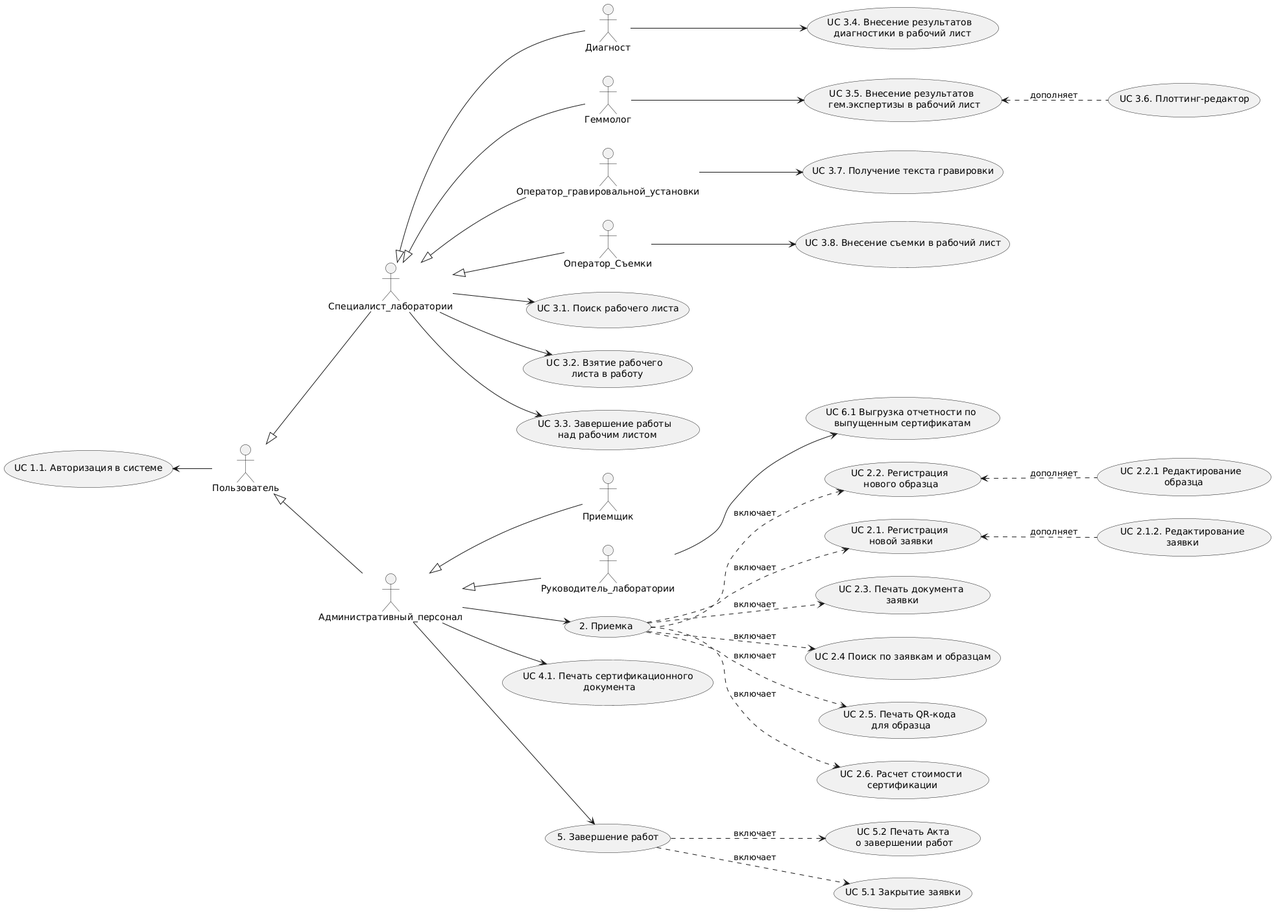
Earlier version of the PlantUML export docs/diagrams/use-case-diagram.png (InnaAleksandrova/CertificationSystem).
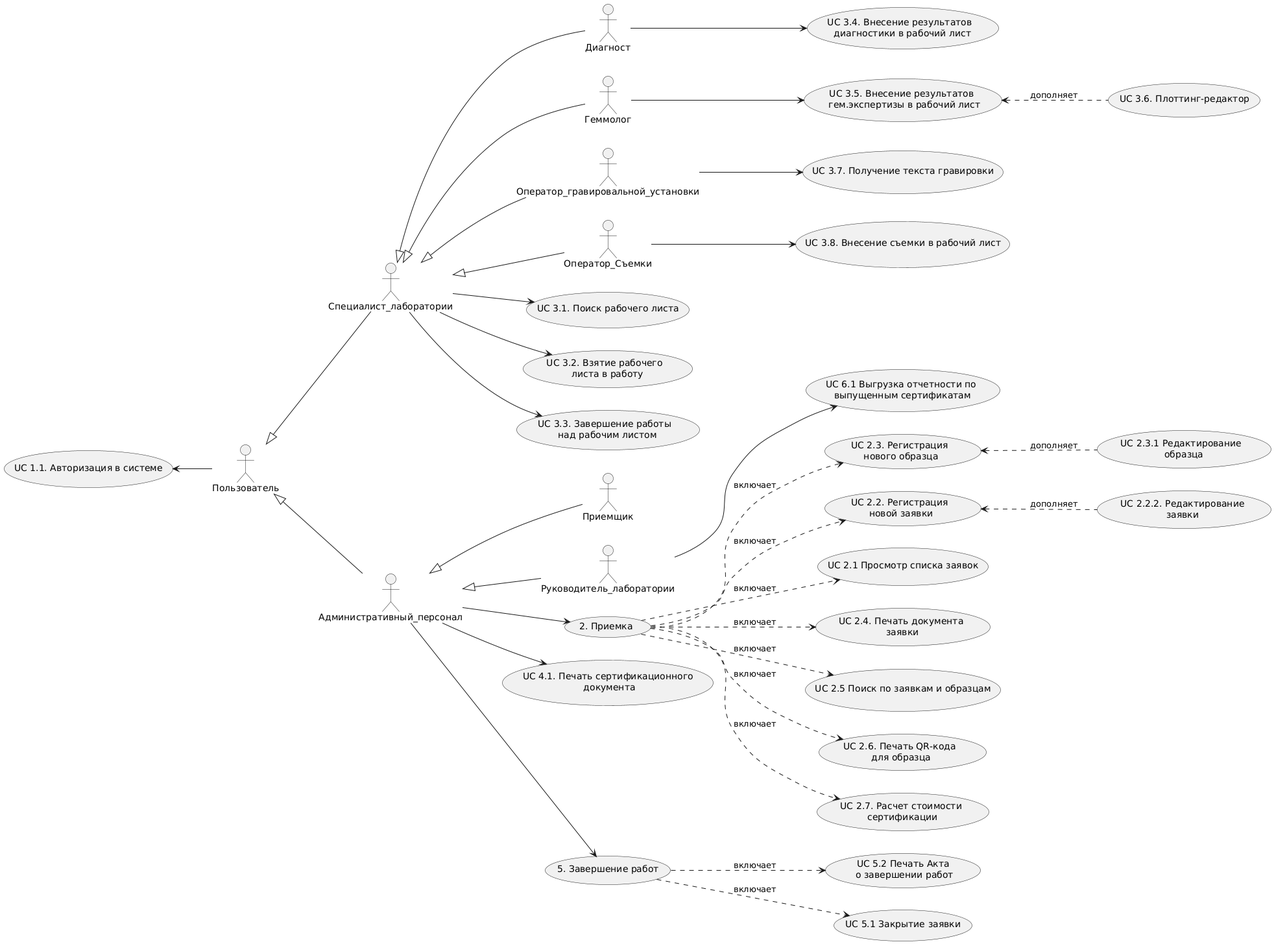
The same diagram one commit later.

Change to the diagram source:
```diff
@@ -26,15 +26,15 @@
 usecase (UC 1.1. Авторизация в системе) as UC1
 usecase (UC 6.1 Выгрузка отчетности по\n выпущенным сертификатам) as UC2
 usecase (2. Приемка) as UC3
-
-usecase (UC 2.1. Регистрация \nновой заявки) as UC5
-usecase (UC 2.1.2. Редактирование\nзаявки) as UC51
-usecase (UC 2.2. Регистрация \nнового образца) as UC6
-usecase (UC 2.2.1 Редактирование \n образца) as UC61
-usecase (UC 2.3. Печать документа\n заявки) as UC4
-usecase (UC 2.4 Поиск по заявкам и образцам)
-usecase (UC 2.5. Печать QR-кода \nдля образца) as UC9
-usecase (UC 2.6. Расчет стоимости\n сертификации) as UC7
+usecase (UC 2.1 Просмотр списка заявок)
+usecase (UC 2.2. Регистрация \nновой заявки) as UC5
+usecase (UC 2.2.2. Редактирование\nзаявки) as UC51
+usecase (UC 2.3. Регистрация \nнового образца) as UC6
+usecase (UC 2.3.1 Редактирование \n образца) as UC61
+usecase (UC 2.4. Печать документа\n заявки) as UC4
+usecase (UC 2.5 Поиск по заявкам и образцам)
+usecase (UC 2.6. Печать QR-кода \nдля образца) as UC9
+usecase (UC 2.7. Расчет стоимости\n сертификации) as UC7
 usecase (UC 4.1. Печать сертификационного\n документа) as UC10
 
 
@@ -53,11 +53,11 @@
 usecase (UC 5.1 Закрытие заявки) as UC23
 usecase (UC 3.4. Внесение результатов \n диагностики в рабочий лист)
 
-
+UC3 .down.> (UC 2.1 Просмотр списка заявок) : включает
 UC3 .down.> UC5 : включает
 UC3 .down.> UC6 : включает
 UC3 .down.> UC7 : включает
-UC3 .down.> (UC 2.4 Поиск по заявкам и образцам): включает
+UC3 .down.> (UC 2.5 Поиск по заявкам и образцам): включает
 UC3 .down.> UC4 : включает
 UC3 .down.> UC9 : включает
 (5. Завершение работ) .down.> UC22: включает
```
